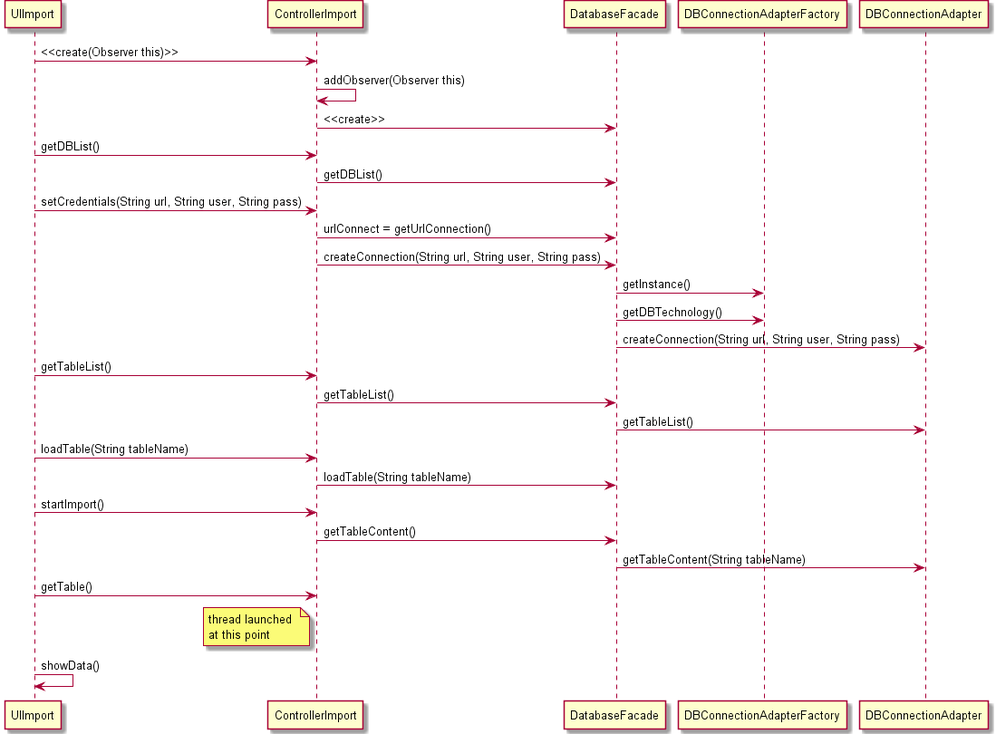
Before: docs/1111168/Diagrams/use_case_realization_DBimport.png, a diagram exported from PlantUML (askpt/LAPR4).
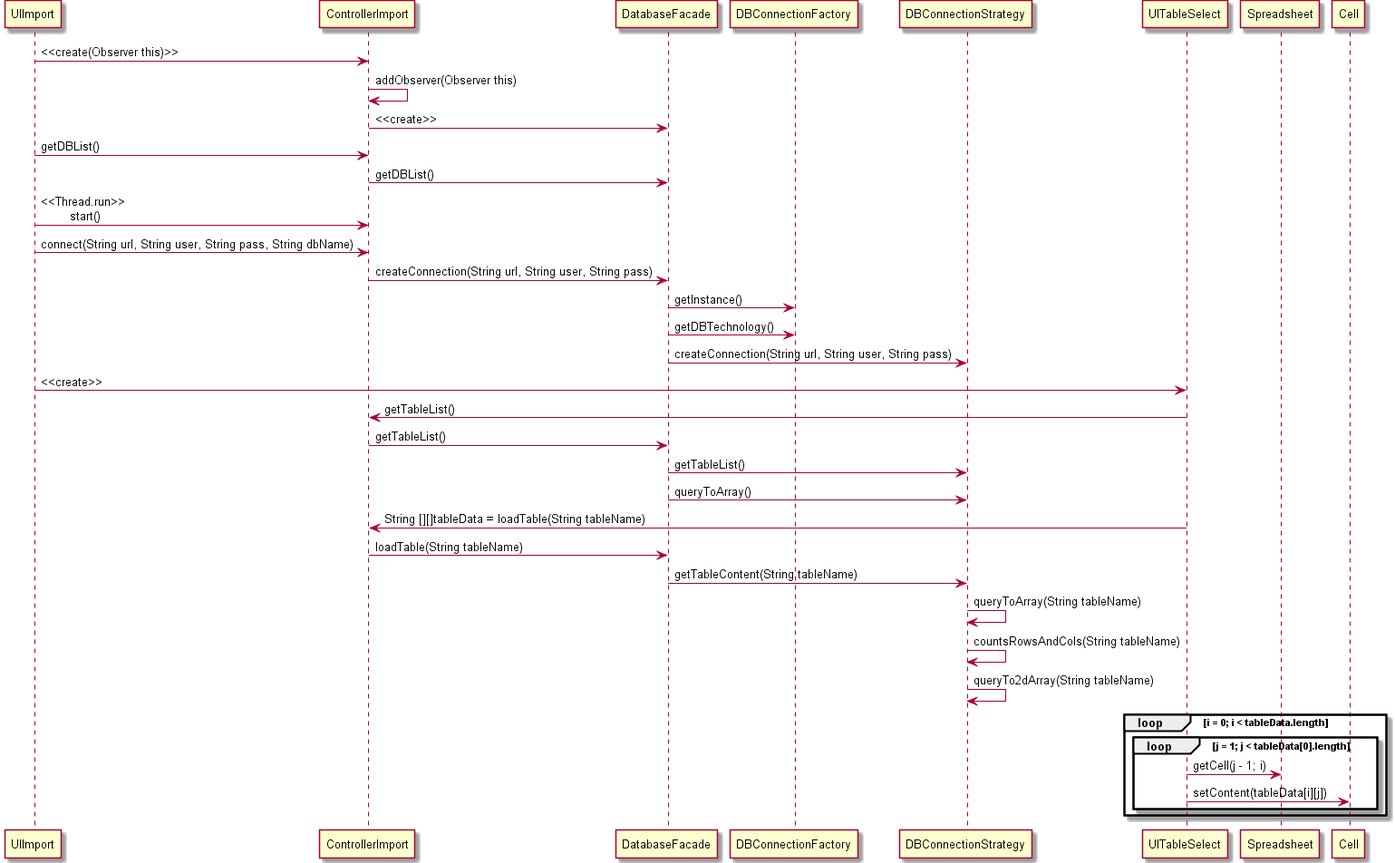
Later version of the same file.

Commit message:
1111168: updated sequence diagrams DB import close #9

The edit, as a diff of the source:
```diff
@@ -1,27 +1,30 @@
 @startuml
 UIImport -> ControllerImport:  <<create(Observer this)>>
-ControllerImport -> ControllerImport: addObserver(Observer this)
-ControllerImport -> DatabaseFacade: <<create>>
-UIImport -> ControllerImport: getDBList()
-ControllerImport -> DatabaseFacade: getDBList()
-UIImport -> ControllerImport: setCredentials(String url, String user, String pass)
-ControllerImport -> DatabaseFacade: urlConnect = getUrlConnection()
-ControllerImport -> DatabaseFacade: createConnection(String url, String user, String pass)
-DatabaseFacade -> DBConnectionAdapterFactory: getInstance()
-DatabaseFacade -> DBConnectionAdapterFactory: getDBTechnology()
-DatabaseFacade -> DBConnectionAdapter: createConnection(String url, String user, String pass)
-UIImport -> ControllerImport: getTableList()
-ControllerImport -> DatabaseFacade: getTableList()
-DatabaseFacade -> DBConnectionAdapter: getTableList()
-UIImport -> ControllerImport: loadTable(String tableName)
-ControllerImport -> DatabaseFacade: loadTable(String tableName)
-UIImport -> ControllerImport: startImport()
-ControllerImport -> DatabaseFacade: getTableContent()
-DatabaseFacade -> DBConnectionAdapter: getTableContent(String tableName)
-UIImport -> ControllerImport: getTable()
-note left of ControllerImport
- thread launched
- at this point
-end note
-UIImport -> UIImport: showData()
+ ControllerImport -> ControllerImport: addObserver(Observer this)
+ ControllerImport -> DatabaseFacade: <<create>>
+ UIImport -> ControllerImport: getDBList()
+ ControllerImport -> DatabaseFacade: getDBList()
+ UIImport -> ControllerImport: <<Thread.run>>\n\tstart()
+ UIImport -> ControllerImport: connect(String url, String user, String pass, String dbName)
+ ControllerImport -> DatabaseFacade: createConnection(String url, String user, String pass)
+ DatabaseFacade -> DBConnectionFactory: getInstance()
+ DatabaseFacade -> DBConnectionFactory: getDBTechnology()
+ DatabaseFacade -> DBConnectionStrategy: createConnection(String url, String user, String pass)
+ UIImport -> UITableSelect: <<create>>
+ UITableSelect -> ControllerImport: getTableList()
+ ControllerImport -> DatabaseFacade: getTableList()
+ DatabaseFacade -> DBConnectionStrategy: getTableList()
+ DatabaseFacade -> DBConnectionStrategy: queryToArray()
+ UITableSelect -> ControllerImport: String [][]tableData = loadTable(String tableName)
+ ControllerImport -> DatabaseFacade: loadTable(String tableName)
+ DatabaseFacade -> DBConnectionStrategy: getTableContent(String tableName)
+ DBConnectionStrategy -> DBConnectionStrategy: queryToArray(String tableName)
+ DBConnectionStrategy -> DBConnectionStrategy: countsRowsAndCols(String tableName)
+ DBConnectionStrategy -> DBConnectionStrategy: queryTo2dArray(String tableName)
+ loop i = 0; i < tableData.length
+  loop j = 1; j < tableData[0].length
+   UITableSelect -> Spreadsheet: getCell(j - 1; i)
+   UITableSelect -> Cell: setContent(tableData[i][j])
+  end
+ end
 @enduml
```
